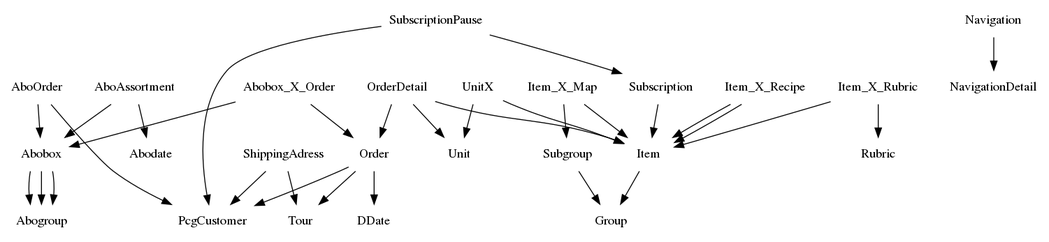
stephenBDT/frappe-doctype-to-er-dot keeps this Graphviz diagram as out.png. Above is the earlier version. Its source is kept beside it as out.dot. Source of this version:
```dot
digraph models_diagram {
 graph[overlap=false, splines=true]Abobox[
shape=plaintext
label=<<table border='0' cellborder='1' color='blue' cellspacing='0'>
<tr><td>Abobox</td></tr>
<tr><td><table border='0' color='orange' cellspacing='0' cellborder='0'>
</table></td></tr>
</table>
>];

Unit[
shape=plaintext
label=<<table border='0' cellborder='1' color='blue' cellspacing='0'>
<tr><td>Unit</td></tr>
<tr><td><table border='0' color='orange' cellspacing='0' cellborder='0'>
</table></td></tr>
</table>
>];

Item[
shape=plaintext
label=<<table border='0' cellborder='1' color='blue' cellspacing='0'>
<tr><td>Item</td></tr>
<tr><td><table border='0' color='orange' cellspacing='0' cellborder='0'>
</table></td></tr>
</table>
>];

DDate[
shape=plaintext
label=<<table border='0' cellborder='1' color='blue' cellspacing='0'>
<tr><td>DDate</td></tr>
<tr><td><table border='0' color='orange' cellspacing='0' cellborder='0'>
</table></td></tr>
</table>
>];

Rubric[
shape=plaintext
label=<<table border='0' cellborder='1' color='blue' cellspacing='0'>
<tr><td>Rubric</td></tr>
<tr><td><table border='0' color='orange' cellspacing='0' cellborder='0'>
</table></td></tr>
</table>
>];

NavigationDetail[
shape=plaintext
label=<<table border='0' cellborder='1' color='blue' cellspacing='0'>
<tr><td>NavigationDetail</td></tr>
<tr><td><table border='0' color='orange' cellspacing='0' cellborder='0'>
</table></td></tr>
</table>
>];

OrderDetail[
shape=plaintext
label=<<table border='0' cellborder='1' color='blue' cellspacing='0'>
<tr><td>OrderDetail</td></tr>
<tr><td><table border='0' color='orange' cellspacing='0' cellborder='0'>
</table></td></tr>
</table>
>];

SubscriptionPause[
shape=plaintext
label=<<table border='0' cellborder='1' color='blue' cellspacing='0'>
<tr><td>SubscriptionPause</td></tr>
<tr><td><table border='0' color='orange' cellspacing='0' cellborder='0'>
</table></td></tr>
</table>
>];

Abogroup[
shape=plaintext
label=<<table border='0' cellborder='1' color='blue' cellspacing='0'>
<tr><td>Abogroup</td></tr>
<tr><td><table border='0' color='orange' cellspacing='0' cellborder='0'>
</table></td></tr>
</table>
>];

Tour[
shape=plaintext
label=<<table border='0' cellborder='1' color='blue' cellspacing='0'>
<tr><td>Tour</td></tr>
<tr><td><table border='0' color='orange' cellspacing='0' cellborder='0'>
</table></td></tr>
</table>
>];

UnitX[
shape=plaintext
label=<<table border='0' cellborder='1' color='blue' cellspacing='0'>
<tr><td>UnitX</td></tr>
<tr><td><table border='0' color='orange' cellspacing='0' cellborder='0'>
</table></td></tr>
</table>
>];

Group[
shape=plaintext
label=<<table border='0' cellborder='1' color='blue' cellspacing='0'>
<tr><td>Group</td></tr>
<tr><td><table border='0' color='orange' cellspacing='0' cellborder='0'>
</table></td></tr>
</table>
>];

Navigation[
shape=plaintext
label=<<table border='0' cellborder='1' color='blue' cellspacing='0'>
<tr><td>Navigation</td></tr>
<tr><td><table border='0' color='orange' cellspacing='0' cellborder='0'>
</table></td></tr>
</table>
>];

PcgCustomer[
shape=plaintext
label=<<table border='0' cellborder='1' color='blue' cellspacing='0'>
<tr><td>PcgCustomer</td></tr>
<tr><td><table border='0' color='orange' cellspacing='0' cellborder='0'>
</table></td></tr>
</table>
>];

AboOrder[
shape=plaintext
label=<<table border='0' cellborder='1' color='blue' cellspacing='0'>
<tr><td>AboOrder</td></tr>
<tr><td><table border='0' color='orange' cellspacing='0' cellborder='0'>
</table></td></tr>
</table>
>];

Abobox_X_Order[
shape=plaintext
label=<<table border='0' cellborder='1' color='gray' cellspacing='0'>
<tr><td>Abobox_X_Order</td></tr>
<tr><td><table border='0' color='orange' cellspacing='0' cellborder='0'>
</table></td></tr>
</table>
>];

Abodate[
shape=plaintext
label=<<table border='0' cellborder='1' color='blue' cellspacing='0'>
<tr><td>Abodate</td></tr>
<tr><td><table border='0' color='orange' cellspacing='0' cellborder='0'>
</table></td></tr>
</table>
>];

Item_X_Map[
shape=plaintext
label=<<table border='0' cellborder='1' color='gray' cellspacing='0'>
<tr><td>Item_X_Map</td></tr>
<tr><td><table border='0' color='orange' cellspacing='0' cellborder='0'>
</table></td></tr>
</table>
>];

Subscription[
shape=plaintext
label=<<table border='0' cellborder='1' color='blue' cellspacing='0'>
<tr><td>Subscription</td></tr>
<tr><td><table border='0' color='orange' cellspacing='0' cellborder='0'>
</table></td></tr>
</table>
>];

Order[
shape=plaintext
label=<<table border='0' cellborder='1' color='blue' cellspacing='0'>
<tr><td>Order</td></tr>
<tr><td><table border='0' color='orange' cellspacing='0' cellborder='0'>
</table></td></tr>
</table>
>];

ShippingAdress[
shape=plaintext
label=<<table border='0' cellborder='1' color='blue' cellspacing='0'>
<tr><td>ShippingAdress</td></tr>
<tr><td><table border='0' color='orange' cellspacing='0' cellborder='0'>
</table></td></tr>
</table>
>];

AboAssortment[
shape=plaintext
label=<<table border='0' cellborder='1' color='blue' cellspacing='0'>
<tr><td>AboAssortment</td></tr>
<tr><td><table border='0' color='orange' cellspacing='0' cellborder='0'>
</table></td></tr>
</table>
>];

Item_X_Rubric[
shape=plaintext
label=<<table border='0' cellborder='1' color='gray' cellspacing='0'>
<tr><td>Item_X_Rubric</td></tr>
<tr><td><table border='0' color='orange' cellspacing='0' cellborder='0'>
</table></td></tr>
</table>
>];

Subgroup[
shape=plaintext
label=<<table border='0' cellborder='1' color='blue' cellspacing='0'>
<tr><td>Subgroup</td></tr>
<tr><td><table border='0' color='orange' cellspacing='0' cellborder='0'>
</table></td></tr>
</table>
>];

Item_X_Recipe[
shape=plaintext
label=<<table border='0' cellborder='1' color='gray' cellspacing='0'>
<tr><td>Item_X_Recipe</td></tr>
<tr><td><table border='0' color='orange' cellspacing='0' cellborder='0'>
</table></td></tr>
</table>
>];Abobox:variant_abogroup_child -> Abogroup
Abobox:type_abogroup_child -> Abogroup
Abobox:container_abogroup_child -> Abogroup
Item:group_link -> Group
OrderDetail:order_link -> Order
OrderDetail:item_link -> Item
OrderDetail:unit_link -> Unit
SubscriptionPause:customer_link -> PcgCustomer
SubscriptionPause:subscription_link -> Subscription
UnitX:item_link -> Item
UnitX:unit_link -> Unit
Navigation:navigation_detail_link -> NavigationDetail
AboOrder:abobox_link -> Abobox
AboOrder:customer_link -> PcgCustomer
Abobox_X_Order:order_link -> Order
Abobox_X_Order:abobox_link -> Abobox
Item_X_Map:item_link -> Item
Item_X_Map:group_link -> Subgroup
Subscription:item_link -> Item
Order:ddate_link -> DDate
Order:tour_link -> Tour
Order:customer_link -> PcgCustomer
ShippingAdress:tour_link -> Tour
ShippingAdress:customer_link -> PcgCustomer
AboAssortment:abodate_link -> Abodate
AboAssortment:abobox_link -> Abobox
Item_X_Rubric:item_link -> Item
Item_X_Rubric:rubric_link -> Rubric
Subgroup:parent_group_link -> Group
Item_X_Recipe:item_link -> Item
Item_X_Recipe:recepie_item_link -> Item}
```
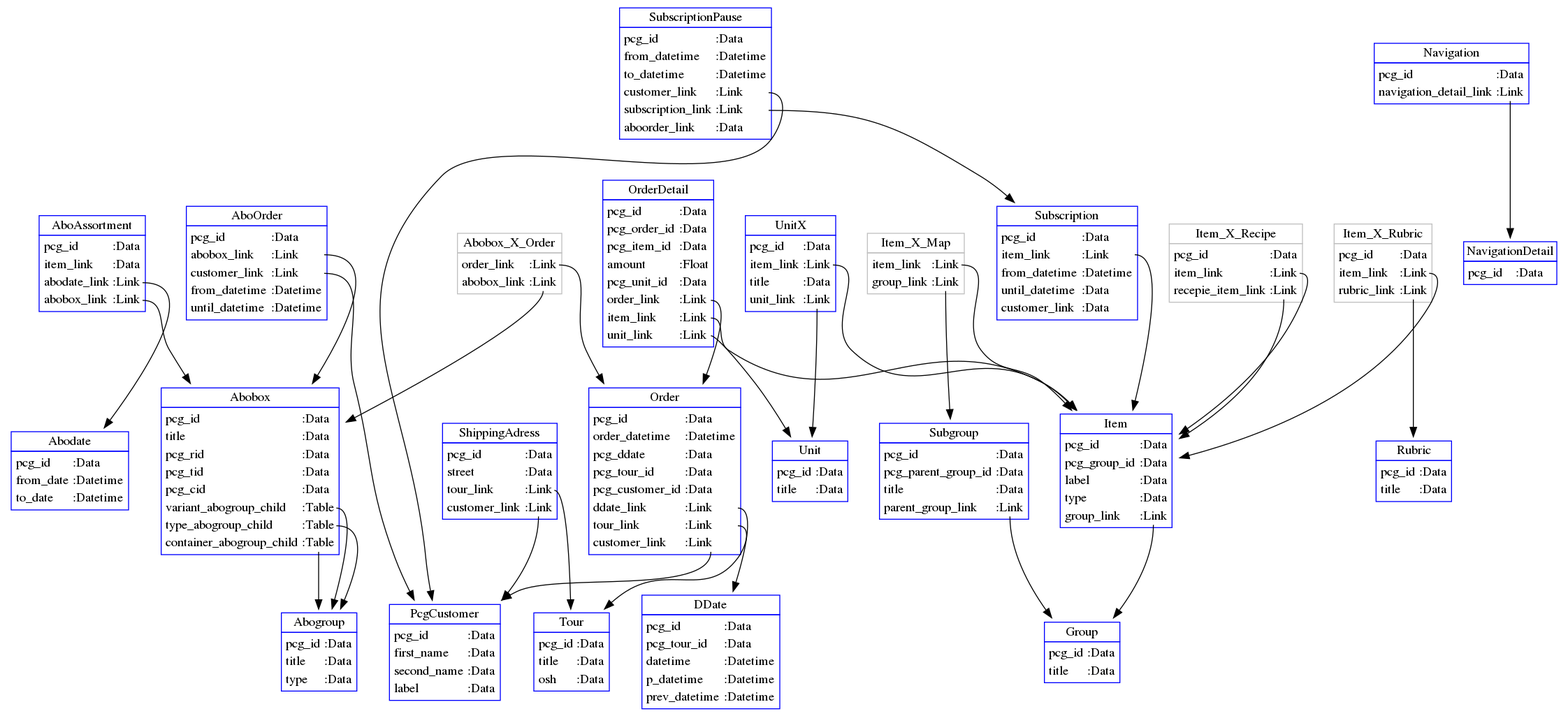
After the change.

The edit, as a diff of the source:
```diff
@@ -4,6 +4,21 @@
 label=<<table border='0' cellborder='1' color='blue' cellspacing='0'>
 <tr><td>Abobox</td></tr>
 <tr><td><table border='0' color='orange' cellspacing='0' cellborder='0'>
+<tr><td align='left'>pcg_id</td><td align='left'  port='pcg_id'>:Data</td></tr>
+
+<tr><td align='left'>title</td><td align='left'  port='title'>:Data</td></tr>
+
+<tr><td align='left'>pcg_rid</td><td align='left'  port='pcg_rid'>:Data</td></tr>
+
+<tr><td align='left'>pcg_tid</td><td align='left'  port='pcg_tid'>:Data</td></tr>
+
+<tr><td align='left'>pcg_cid</td><td align='left'  port='pcg_cid'>:Data</td></tr>
+
+<tr><td align='left'>variant_abogroup_child</td><td align='left'  port='variant_abogroup_child'>:Table</td></tr>
+
+<tr><td align='left'>type_abogroup_child</td><td align='left'  port='type_abogroup_child'>:Table</td></tr>
+
+<tr><td align='left'>container_abogroup_child</td><td align='left'  port='container_abogroup_child'>:Table</td></tr>
 </table></td></tr>
 </table>
 >];
@@ -13,6 +28,9 @@
 label=<<table border='0' cellborder='1' color='blue' cellspacing='0'>
 <tr><td>Unit</td></tr>
 <tr><td><table border='0' color='orange' cellspacing='0' cellborder='0'>
+<tr><td align='left'>pcg_id</td><td align='left'  port='pcg_id'>:Data</td></tr>
+
+<tr><td align='left'>title</td><td align='left'  port='title'>:Data</td></tr>
 </table></td></tr>
 </table>
 >];
@@ -22,6 +40,15 @@
 label=<<table border='0' cellborder='1' color='blue' cellspacing='0'>
 <tr><td>Item</td></tr>
 <tr><td><table border='0' color='orange' cellspacing='0' cellborder='0'>
+<tr><td align='left'>pcg_id</td><td align='left'  port='pcg_id'>:Data</td></tr>
+
+<tr><td align='left'>pcg_group_id</td><td align='left'  port='pcg_group_id'>:Data</td></tr>
+
+<tr><td align='left'>label</td><td align='left'  port='label'>:Data</td></tr>
+
+<tr><td align='left'>type</td><td align='left'  port='type'>:Data</td></tr>
+
+<tr><td align='left'>group_link</td><td align='left'  port='group_link'>:Link</td></tr>
 </table></td></tr>
 </table>
 >];
@@ -31,6 +58,15 @@
 label=<<table border='0' cellborder='1' color='blue' cellspacing='0'>
 <tr><td>DDate</td></tr>
 <tr><td><table border='0' color='orange' cellspacing='0' cellborder='0'>
+<tr><td align='left'>pcg_id</td><td align='left'  port='pcg_id'>:Data</td></tr>
+
+<tr><td align='left'>pcg_tour_id</td><td align='left'  port='pcg_tour_id'>:Data</td></tr>
+
+<tr><td align='left'>datetime</td><td align='left'  port='datetime'>:Datetime</td></tr>
+
+<tr><td align='left'>p_datetime</td><td align='left'  port='p_datetime'>:Datetime</td></tr>
+
+<tr><td align='left'>prev_datetime</td><td align='left'  port='prev_datetime'>:Datetime</td></tr>
 </table></td></tr>
 </table>
 >];
@@ -40,6 +76,9 @@
 label=<<table border='0' cellborder='1' color='blue' cellspacing='0'>
 <tr><td>Rubric</td></tr>
 <tr><td><table border='0' color='orange' cellspacing='0' cellborder='0'>
+<tr><td align='left'>pcg_id</td><td align='left'  port='pcg_id'>:Data</td></tr>
+
+<tr><td align='left'>title</td><td align='left'  port='title'>:Data</td></tr>
 </table></td></tr>
 </table>
 >];
@@ -49,6 +88,7 @@
 label=<<table border='0' cellborder='1' color='blue' cellspacing='0'>
 <tr><td>NavigationDetail</td></tr>
 <tr><td><table border='0' color='orange' cellspacing='0' cellborder='0'>
+<tr><td align='left'>pcg_id</td><td align='left'  port='pcg_id'>:Data</td></tr>
 </table></td></tr>
 </table>
 >];
@@ -58,6 +98,21 @@
 label=<<table border='0' cellborder='1' color='blue' cellspacing='0'>
 <tr><td>OrderDetail</td></tr>
 <tr><td><table border='0' color='orange' cellspacing='0' cellborder='0'>
+<tr><td align='left'>pcg_id</td><td align='left'  port='pcg_id'>:Data</td></tr>
+
+<tr><td align='left'>pcg_order_id</td><td align='left'  port='pcg_order_id'>:Data</td></tr>
+
+<tr><td align='left'>pcg_item_id</td><td align='left'  port='pcg_item_id'>:Data</td></tr>
+
+<tr><td align='left'>amount</td><td align='left'  port='amount'>:Float</td></tr>
+
+<tr><td align='left'>pcg_unit_id</td><td align='left'  port='pcg_unit_id'>:Data</td></tr>
+
+<tr><td align='left'>order_link</td><td align='left'  port='order_link'>:Link</td></tr>
+
+<tr><td align='left'>item_link</td><td align='left'  port='item_link'>:Link</td></tr>
+
+<tr><td align='left'>unit_link</td><td align='left'  port='unit_link'>:Link</td></tr>
 </table></td></tr>
 </table>
 >];
@@ -67,6 +122,17 @@
 label=<<table border='0' cellborder='1' color='blue' cellspacing='0'>
 <tr><td>SubscriptionPause</td></tr>
 <tr><td><table border='0' color='orange' cellspacing='0' cellborder='0'>
+<tr><td align='left'>pcg_id</td><td align='left'  port='pcg_id'>:Data</td></tr>
+
+<tr><td align='left'>from_datetime</td><td align='left'  port='from_datetime'>:Datetime</td></tr>
+
+<tr><td align='left'>to_datetime</td><td align='left'  port='to_datetime'>:Datetime</td></tr>
+
+<tr><td align='left'>customer_link</td><td align='left'  port='customer_link'>:Link</td></tr>
+
+<tr><td align='left'>subscription_link</td><td align='left'  port='subscription_link'>:Link</td></tr>
+
+<tr><td align='left'>aboorder_link</td><td align='left'  port='aboorder_link'>:Data</td></tr>
 </table></td></tr>
 </table>
 >];
@@ -76,6 +142,11 @@
 label=<<table border='0' cellborder='1' color='blue' cellspacing='0'>
 <tr><td>Abogroup</td></tr>
 <tr><td><table border='0' color='orange' cellspacing='0' cellborder='0'>
+<tr><td align='left'>pcg_id</td><td align='left'  port='pcg_id'>:Data</td></tr>
+
+<tr><td align='left'>title</td><td align='left'  port='title'>:Data</td></tr>
+
+<tr><td align='left'>type</td><td align='left'  port='type'>:Data</td></tr>
 </table></td></tr>
 </table>
 >];
@@ -85,6 +156,11 @@
 label=<<table border='0' cellborder='1' color='blue' cellspacing='0'>
 <tr><td>Tour</td></tr>
 <tr><td><table border='0' color='orange' cellspacing='0' cellborder='0'>
+<tr><td align='left'>pcg_id</td><td align='left'  port='pcg_id'>:Data</td></tr>
+
+<tr><td align='left'>title</td><td align='left'  port='title'>:Data</td></tr>
+
+<tr><td align='left'>osh</td><td align='left'  port='osh'>:Data</td></tr>
 </table></td></tr>
 </table>
 >];
@@ -94,6 +170,13 @@
 label=<<table border='0' cellborder='1' color='blue' cellspacing='0'>
 <tr><td>UnitX</td></tr>
 <tr><td><table border='0' color='orange' cellspacing='0' cellborder='0'>
+<tr><td align='left'>pcg_id</td><td align='left'  port='pcg_id'>:Data</td></tr>
+
+<tr><td align='left'>item_link</td><td align='left'  port='item_link'>:Link</td></tr>
+
+<tr><td align='left'>title</td><td align='left'  port='title'>:Data</td></tr>
+
+<tr><td align='left'>unit_link</td><td align='left'  port='unit_link'>:Link</td></tr>
 </table></td></tr>
 </table>
 >];
@@ -103,6 +186,9 @@
 label=<<table border='0' cellborder='1' color='blue' cellspacing='0'>
 <tr><td>Group</td></tr>
 <tr><td><table border='0' color='orange' cellspacing='0' cellborder='0'>
+<tr><td align='left'>pcg_id</td><td align='left'  port='pcg_id'>:Data</td></tr>
+
+<tr><td align='left'>title</td><td align='left'  port='title'>:Data</td></tr>
 </table></td></tr>
 </table>
 >];
@@ -112,6 +198,9 @@
 label=<<table border='0' cellborder='1' color='blue' cellspacing='0'>
 <tr><td>Navigation</td></tr>
 <tr><td><table border='0' color='orange' cellspacing='0' cellborder='0'>
+<tr><td align='left'>pcg_id</td><td align='left'  port='pcg_id'>:Data</td></tr>
+
+<tr><td align='left'>navigation_detail_link</td><td align='left'  port='navigation_detail_link'>:Link</td></tr>
 </table></td></tr>
 </table>
 >];
@@ -121,6 +210,13 @@
 label=<<table border='0' cellborder='1' color='blue' cellspacing='0'>
 <tr><td>PcgCustomer</td></tr>
 <tr><td><table border='0' color='orange' cellspacing='0' cellborder='0'>
+<tr><td align='left'>pcg_id</td><td align='left'  port='pcg_id'>:Data</td></tr>
+
+<tr><td align='left'>first_name</td><td align='left'  port='first_name'>:Data</td></tr>
+
+<tr><td align='left'>second_name</td><td align='left'  port='second_name'>:Data</td></tr>
+
+<tr><td align='left'>label</td><td align='left'  port='label'>:Data</td></tr>
 </table></td></tr>
 </table>
 >];
@@ -130,6 +226,15 @@
 label=<<table border='0' cellborder='1' color='blue' cellspacing='0'>
 <tr><td>AboOrder</td></tr>
 <tr><td><table border='0' color='orange' cellspacing='0' cellborder='0'>
+<tr><td align='left'>pcg_id</td><td align='left'  port='pcg_id'>:Data</td></tr>
+
+<tr><td align='left'>abobox_link</td><td align='left'  port='abobox_link'>:Link</td></tr>
+
+<tr><td align='left'>customer_link</td><td align='left'  port='customer_link'>:Link</td></tr>
+
+<tr><td align='left'>from_datetime</td><td align='left'  port='from_datetime'>:Datetime</td></tr>
+
+<tr><td align='left'>until_datetime</td><td align='left'  port='until_datetime'>:Datetime</td></tr>
 </table></td></tr>
 </table>
 >];
@@ -139,6 +244,9 @@
 label=<<table border='0' cellborder='1' color='gray' cellspacing='0'>
 <tr><td>Abobox_X_Order</td></tr>
 <tr><td><table border='0' color='orange' cellspacing='0' cellborder='0'>
+<tr><td align='left'>order_link</td><td align='left'  port='order_link'>:Link</td></tr>
+
+<tr><td align='left'>abobox_link</td><td align='left'  port='abobox_link'>:Link</td></tr>
 </table></td></tr>
 </table>
 >];
@@ -148,6 +256,11 @@
 label=<<table border='0' cellborder='1' color='blue' cellspacing='0'>
 <tr><td>Abodate</td></tr>
 <tr><td><table border='0' color='orange' cellspacing='0' cellborder='0'>
+<tr><td align='left'>pcg_id</td><td align='left'  port='pcg_id'>:Data</td></tr>
+
+<tr><td align='left'>from_date</td><td align='left'  port='from_date'>:Datetime</td></tr>
+
+<tr><td align='left'>to_date</td><td align='left'  port='to_date'>:Datetime</td></tr>
 </table></td></tr>
 </table>
 >];
@@ -157,6 +270,9 @@
 label=<<table border='0' cellborder='1' color='gray' cellspacing='0'>
 <tr><td>Item_X_Map</td></tr>
 <tr><td><table border='0' color='orange' cellspacing='0' cellborder='0'>
+<tr><td align='left'>item_link</td><td align='left'  port='item_link'>:Link</td></tr>
+
+<tr><td align='left'>group_link</td><td align='left'  port='group_link'>:Link</td></tr>
 </table></td></tr>
 </table>
 >];
@@ -166,6 +282,15 @@
 label=<<table border='0' cellborder='1' color='blue' cellspacing='0'>
 <tr><td>Subscription</td></tr>
 <tr><td><table border='0' color='orange' cellspacing='0' cellborder='0'>
+<tr><td align='left'>pcg_id</td><td align='left'  port='pcg_id'>:Data</td></tr>
+
+<tr><td align='left'>item_link</td><td align='left'  port='item_link'>:Link</td></tr>
+
+<tr><td align='left'>from_datetime</td><td align='left'  port='from_datetime'>:Datetime</td></tr>
+
+<tr><td align='left'>until_datetime</td><td align='left'  port='until_datetime'>:Data</td></tr>
+
+<tr><td align='left'>customer_link</td><td align='left'  port='customer_link'>:Data</td></tr>
 </table></td></tr>
 </table>
 >];
@@ -175,6 +300,21 @@
 label=<<table border='0' cellborder='1' color='blue' cellspacing='0'>
 <tr><td>Order</td></tr>
 <tr><td><table border='0' color='orange' cellspacing='0' cellborder='0'>
+<tr><td align='left'>pcg_id</td><td align='left'  port='pcg_id'>:Data</td></tr>
+
+<tr><td align='left'>order_datetime</td><td align='left'  port='order_datetime'>:Datetime</td></tr>
+
+<tr><td align='left'>pcg_ddate</td><td align='left'  port='pcg_ddate'>:Data</td></tr>
+
+<tr><td align='left'>pcg_tour_id</td><td align='left'  port='pcg_tour_id'>:Data</td></tr>
+
+<tr><td align='left'>pcg_customer_id</td><td align='left'  port='pcg_customer_id'>:Data</td></tr>
+
+<tr><td align='left'>ddate_link</td><td align='left'  port='ddate_link'>:Link</td></tr>
+
+<tr><td align='left'>tour_link</td><td align='left'  port='tour_link'>:Link</td></tr>
+
+<tr><td align='left'>customer_link</td><td align='left'  port='customer_link'>:Link</td></tr>
 </table></td></tr>
 </table>
 >];
@@ -184,6 +324,13 @@
 label=<<table border='0' cellborder='1' color='blue' cellspacing='0'>
 <tr><td>ShippingAdress</td></tr>
 <tr><td><table border='0' color='orange' cellspacing='0' cellborder='0'>
+<tr><td align='left'>pcg_id</td><td align='left'  port='pcg_id'>:Data</td></tr>
+
+<tr><td align='left'>street</td><td align='left'  port='street'>:Data</td></tr>
+
+<tr><td align='left'>tour_link</td><td align='left'  port='tour_link'>:Link</td></tr>
+
+<tr><td align='left'>customer_link</td><td align='left'  port='customer_link'>:Link</td></tr>
 </table></td></tr>
 </table>
 >];
@@ -193,6 +340,13 @@
 label=<<table border='0' cellborder='1' color='blue' cellspacing='0'>
 <tr><td>AboAssortment</td></tr>
 <tr><td><table border='0' color='orange' cellspacing='0' cellborder='0'>
+<tr><td align='left'>pcg_id</td><td align='left'  port='pcg_id'>:Data</td></tr>
+
+<tr><td align='left'>item_link</td><td align='left'  port='item_link'>:Data</td></tr>
+
+<tr><td align='left'>abodate_link</td><td align='left'  port='abodate_link'>:Link</td></tr>
+
+<tr><td align='left'>abobox_link</td><td align='left'  port='abobox_link'>:Link</td></tr>
 </table></td></tr>
 </table>
 >];
@@ -202,6 +356,11 @@
 label=<<table border='0' cellborder='1' color='gray' cellspacing='0'>
 <tr><td>Item_X_Rubric</td></tr>
 <tr><td><table border='0' color='orange' cellspacing='0' cellborder='0'>
+<tr><td align='left'>pcg_id</td><td align='left'  port='pcg_id'>:Data</td></tr>
+
+<tr><td align='left'>item_link</td><td align='left'  port='item_link'>:Link</td></tr>
+
+<tr><td align='left'>rubric_link</td><td align='left'  port='rubric_link'>:Link</td></tr>
 </table></td></tr>
 </table>
 >];
@@ -211,6 +370,13 @@
 label=<<table border='0' cellborder='1' color='blue' cellspacing='0'>
 <tr><td>Subgroup</td></tr>
 <tr><td><table border='0' color='orange' cellspacing='0' cellborder='0'>
+<tr><td align='left'>pcg_id</td><td align='left'  port='pcg_id'>:Data</td></tr>
+
+<tr><td align='left'>pcg_parent_group_id</td><td align='left'  port='pcg_parent_group_id'>:Data</td></tr>
+
+<tr><td align='left'>title</td><td align='left'  port='title'>:Data</td></tr>
+
+<tr><td align='left'>parent_group_link</td><td align='left'  port='parent_group_link'>:Link</td></tr>
 </table></td></tr>
 </table>
 >];
@@ -220,6 +386,11 @@
 label=<<table border='0' cellborder='1' color='gray' cellspacing='0'>
 <tr><td>Item_X_Recipe</td></tr>
 <tr><td><table border='0' color='orange' cellspacing='0' cellborder='0'>
+<tr><td align='left'>pcg_id</td><td align='left'  port='pcg_id'>:Data</td></tr>
+
+<tr><td align='left'>item_link</td><td align='left'  port='item_link'>:Link</td></tr>
+
+<tr><td align='left'>recepie_item_link</td><td align='left'  port='recepie_item_link'>:Link</td></tr>
 </table></td></tr>
 </table>
 >];Abobox:variant_abogroup_child -> Abogroup
```
